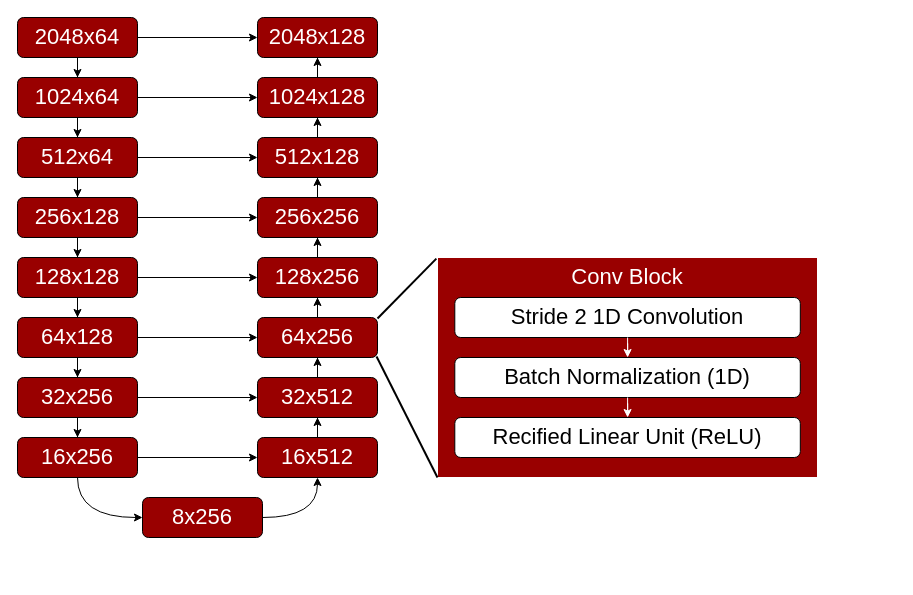
The draw.io diagram page "architecture" (1 of 7) of report/Report.drawio in ZeroCHENml/DeReverb, before the edit. Source tidied: cells renumbered, new cells numbered last; positions are measured from the earlier drawing's top-left corner, leaving out a move shared by most shapes. Both pictures are drawn from the tidied source at 100%, with x=0, y=0 at pixel (17, 17).
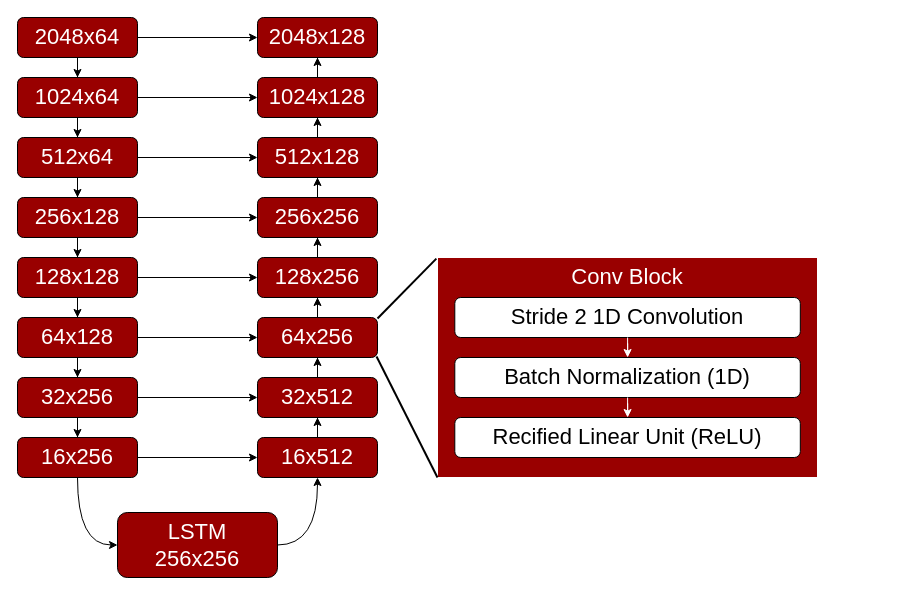
Above is the later version.

The change refers to these unchanged cells:
```xml
<mxCell id="25" value="16x256" style="rounded=1;whiteSpace=wrap;html=1;fontSize=22;fillColor=#990000;fontColor=#FFFFFF;" parent="1" vertex="1">
  <mxGeometry y="420" width="120" height="40" as="geometry" />
</mxCell>
<mxCell id="42" value="16x512" style="rounded=1;whiteSpace=wrap;html=1;fontSize=22;fillColor=#990000;fontColor=#FFFFFF;" parent="1" vertex="1">
  <mxGeometry x="240" y="420" width="120" height="40" as="geometry" />
</mxCell>
```

What changed in the source:
```diff
@@
-    <mxCell id="24" style="edgeStyle=orthogonalEdgeStyle;rounded=0;jettySize=auto;html=1;curved=1;exitX=0.5;exitY=1;exitDx=0;exitDy=0;entryX=0;entryY=0.5;entryDx=0;entryDy=0;fontSize=22;" parent="1" edge="1" source="25" target="27">
+    <mxCell id="24" style="edgeStyle=orthogonalEdgeStyle;rounded=0;jettySize=auto;html=1;curved=1;exitX=0.5;exitY=1;exitDx=0;exitDy=0;entryX=0;entryY=0.5;entryDx=0;entryDy=0;fontSize=22;" parent="1" edge="1" source="25" target="54">
       <mxGeometry relative="1" as="geometry" />
     </mxCell>
@@
-    <mxCell id="26" style="edgeStyle=orthogonalEdgeStyle;rounded=0;jettySize=auto;html=1;curved=1;fontSize=22;exitX=1;exitY=0.5;exitDx=0;exitDy=0;" parent="1" edge="1" source="27" target="42">
-      <mxGeometry relative="1" as="geometry" />
-    </mxCell>
-    <mxCell id="27" value="8x256" style="rounded=1;whiteSpace=wrap;html=1;fontSize=22;fillColor=#990000;fontColor=#FFFFFF;glass=0;shadow=0;comic=0;" parent="1" vertex="1">
-      <mxGeometry x="125" y="480" width="120" height="40" as="geometry" />
-    </mxCell>
@@
+    <mxCell id="53" style="edgeStyle=orthogonalEdgeStyle;rounded=0;jettySize=auto;html=1;entryX=0.5;entryY=1;entryDx=0;entryDy=0;curved=1;exitX=1;exitY=0.5;exitDx=0;exitDy=0;" parent="1" edge="1" source="54" target="42">
+      <mxGeometry relative="1" as="geometry" />
+    </mxCell>
+    <mxCell id="54" value="LSTM&lt;br&gt;256x256" style="rounded=1;whiteSpace=wrap;html=1;fontSize=22;fillColor=#990000;fontColor=#FFFFFF;glass=0;shadow=0;comic=0;" parent="1" vertex="1">
+      <mxGeometry x="100" y="495" width="160" height="65" as="geometry" />
+    </mxCell>
```
